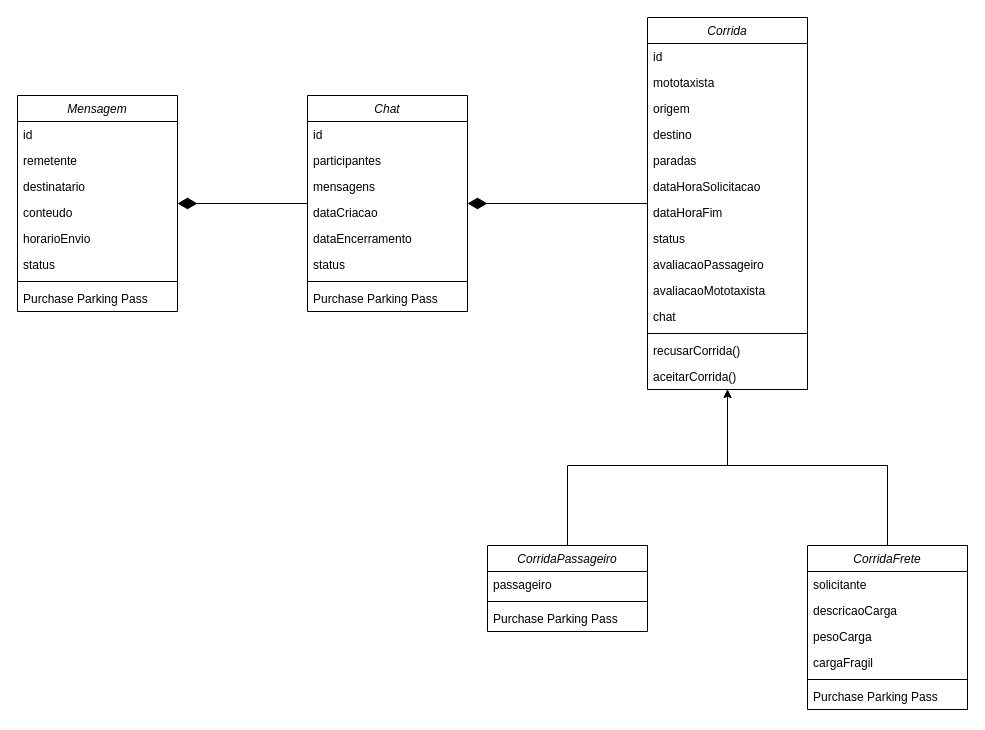
josevictoraraujorojas/Route-Pires keeps this draw.io diagram as Diagrama de classe.drawio. Above is the earlier version. Source tidied: cells renumbered, new cells numbered last; positions are measured from the earlier drawing's top-left corner, leaving out a move shared by most shapes. Both pictures are drawn from the tidied source at 100%, with x=0, y=0 at pixel (17, 17).
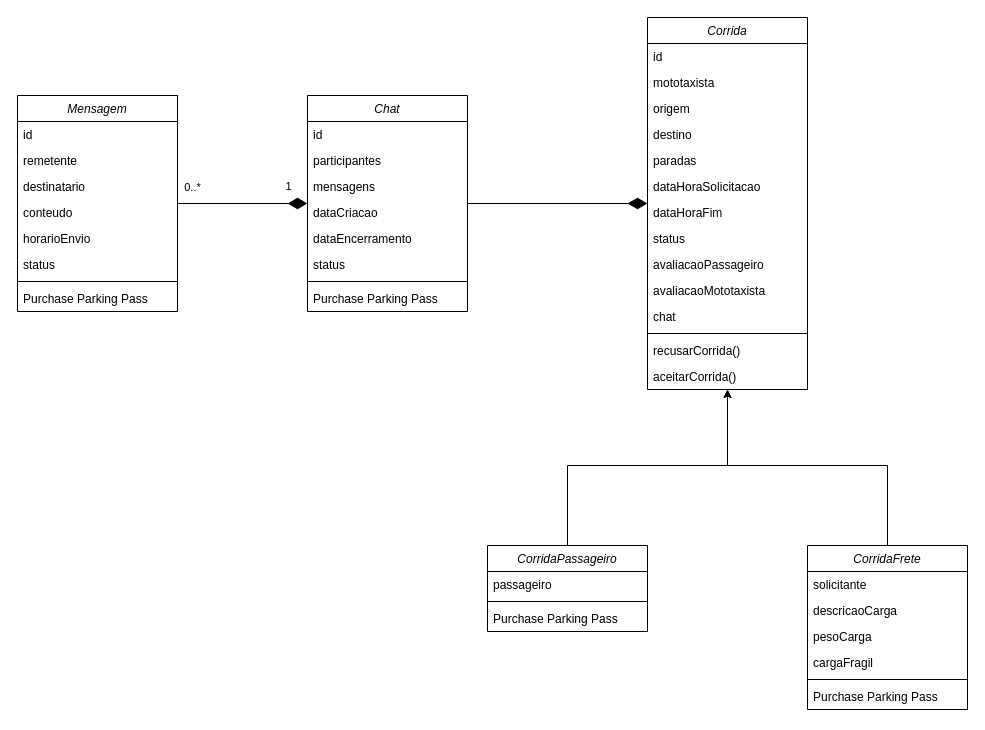
Above is the later version.

The change refers to these unchanged cells:
```xml
<mxCell id="3" value="Corrida" style="swimlane;fontStyle=2;align=center;verticalAlign=top;horizontal=1;startSize=26;rounded=0;shadow=0;strokeWidth=1;" parent="1" vertex="1">
  <mxGeometry x="630" width="160" height="372" as="geometry" />
</mxCell>
<mxCell id="31" value="Chat" style="swimlane;fontStyle=2;align=center;verticalAlign=top;horizontal=1;startSize=26;rounded=0;shadow=0;strokeWidth=1;" parent="1" vertex="1">
  <mxGeometry x="290" y="78" width="160" height="216" as="geometry" />
</mxCell>
<mxCell id="40" value="Mensagem" style="swimlane;fontStyle=2;align=center;verticalAlign=top;horizontal=1;startSize=26;rounded=0;shadow=0;strokeWidth=1;" parent="1" vertex="1">
  <mxGeometry y="78" width="160" height="216" as="geometry" />
</mxCell>
```

Change to the diagram source:
```diff
@@
-    <mxCell id="2" style="edgeStyle=orthogonalEdgeStyle;rounded=0;jettySize=auto;html=1;endArrow=diamondThin;endFill=1;endSize=17;" parent="1" edge="1" source="3" target="31">
+    <mxCell id="2" style="edgeStyle=orthogonalEdgeStyle;rounded=0;jettySize=auto;html=1;endArrow=diamondThin;endFill=1;endSize=17;" parent="1" edge="1" source="31" target="3">
       <mxGeometry relative="1" as="geometry" />
     </mxCell>
@@
-    <mxCell id="30" style="edgeStyle=orthogonalEdgeStyle;rounded=0;jettySize=auto;html=1;endArrow=diamondThin;endFill=1;targetPerimeterSpacing=0;jumpSize=6;endSize=17;" parent="1" edge="1" source="31" target="40">
+    <mxCell id="30" style="edgeStyle=orthogonalEdgeStyle;rounded=0;jettySize=auto;html=1;endArrow=diamondThin;endFill=1;targetPerimeterSpacing=0;jumpSize=6;endSize=17;" parent="1" edge="1" source="40" target="31">
       <mxGeometry relative="1" as="geometry" />
     </mxCell>
+    <mxCell id="50" value="0..*" style="edgeLabel;html=1;align=center;verticalAlign=middle;" parent="30" vertex="1">
+      <mxGeometry x="-0.79" relative="1" as="geometry">
+        <mxPoint y="-17" as="offset" />
+      </mxGeometry>
+    </mxCell>
+    <mxCell id="51" value="1" style="edgeLabel;html=1;align=center;verticalAlign=middle;" parent="30" vertex="1">
+      <mxGeometry x="0.58" relative="1" as="geometry">
+        <mxPoint x="7" y="-18" as="offset" />
+      </mxGeometry>
+    </mxCell>
```
